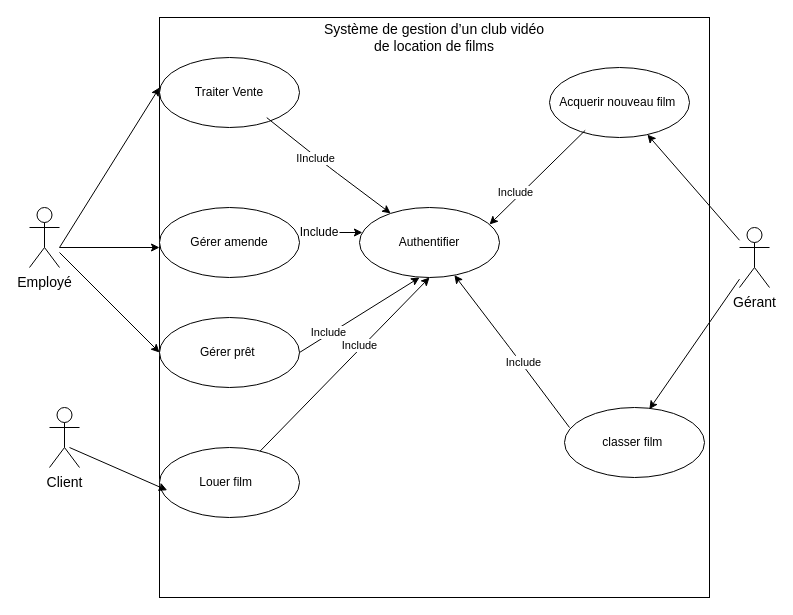
Above: Untitled Diagram.drawio in djunibert/CV2 (draw.io), before the change. Source tidied: cells renumbered, new cells numbered last; positions are measured from the earlier drawing's top-left corner, leaving out a move shared by most shapes. Both pictures are drawn from the tidied source at 100%, with x=0, y=0 at pixel (29, 17).
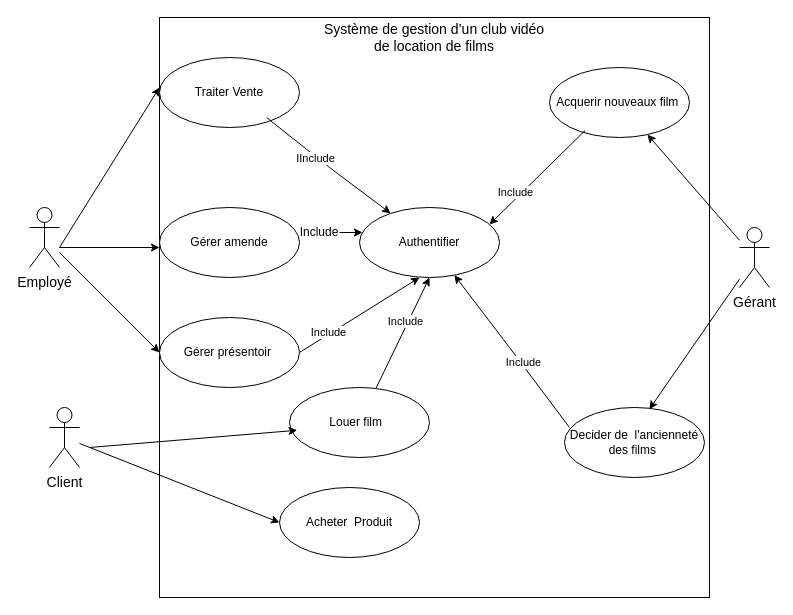
The same page after the edit.

Unchanged cells that the change refers to:
```xml
<mxCell id="21" value="&lt;span style=&quot;font-size: 14px&quot;&gt;Client&lt;/span&gt;" style="shape=umlActor;verticalLabelPosition=bottom;verticalAlign=top;html=1;outlineConnect=0;" parent="1" vertex="1">
  <mxGeometry x="20" y="390" width="30" height="60" as="geometry" />
</mxCell>
```

The edit, as a diff of the source:
```diff
@@
-    <mxCell id="6" value="Gérer prêt&amp;nbsp;" style="ellipse;whiteSpace=wrap;html=1;" parent="1" vertex="1">
+    <mxCell id="6" value="Gérer présentoir&amp;nbsp;" style="ellipse;whiteSpace=wrap;html=1;" parent="1" vertex="1">
       <mxGeometry x="130" y="300" width="140" height="70" as="geometry" />
     </mxCell>
@@
-    <mxCell id="8" value="Acquerir nouveau film&amp;nbsp;" style="ellipse;whiteSpace=wrap;html=1;" parent="1" vertex="1">
+    <mxCell id="8" value="Acquerir nouveaux film&amp;nbsp;" style="ellipse;whiteSpace=wrap;html=1;" parent="1" vertex="1">
       <mxGeometry x="520" y="50" width="140" height="70" as="geometry" />
     </mxCell>
-    <mxCell id="9" value="classer film&amp;nbsp;" style="ellipse;whiteSpace=wrap;html=1;" parent="1" vertex="1">
+    <mxCell id="9" value="Decider de&amp;nbsp; l'ancienneté des films&amp;nbsp;" style="ellipse;whiteSpace=wrap;html=1;" parent="1" vertex="1">
       <mxGeometry x="535" y="390" width="140" height="70" as="geometry" />
     </mxCell>
     <mxCell id="10" value="Louer film&amp;nbsp;&amp;nbsp;" style="ellipse;whiteSpace=wrap;html=1;" parent="1" vertex="1">
-      <mxGeometry x="130" y="430" width="140" height="70" as="geometry" />
+      <mxGeometry x="260" y="370" width="140" height="70" as="geometry" />
     </mxCell>
@@
     <mxCell id="27" style="endArrow=classic;html=1;entryX=0.055;entryY=0.611;entryDx=0;entryDy=0;entryPerimeter=0;" parent="1" edge="1" target="10">
       <mxGeometry relative="1" as="geometry">
-        <mxPoint x="40" y="430" as="sourcePoint" />
+        <mxPoint x="60" y="430" as="sourcePoint" />
       </mxGeometry>
     </mxCell>
@@
+    <mxCell id="32" value="Acheter&amp;nbsp; Produit" style="ellipse;whiteSpace=wrap;html=1;strokeWidth=1;" parent="1" vertex="1">
+      <mxGeometry x="250" y="470" width="140" height="70" as="geometry" />
+    </mxCell>
+    <mxCell id="33" style="endArrow=classic;html=1;entryX=0;entryY=0.5;entryDx=0;entryDy=0;" parent="1" edge="1" source="21" target="32">
+      <mxGeometry relative="1" as="geometry" />
+    </mxCell>
```
